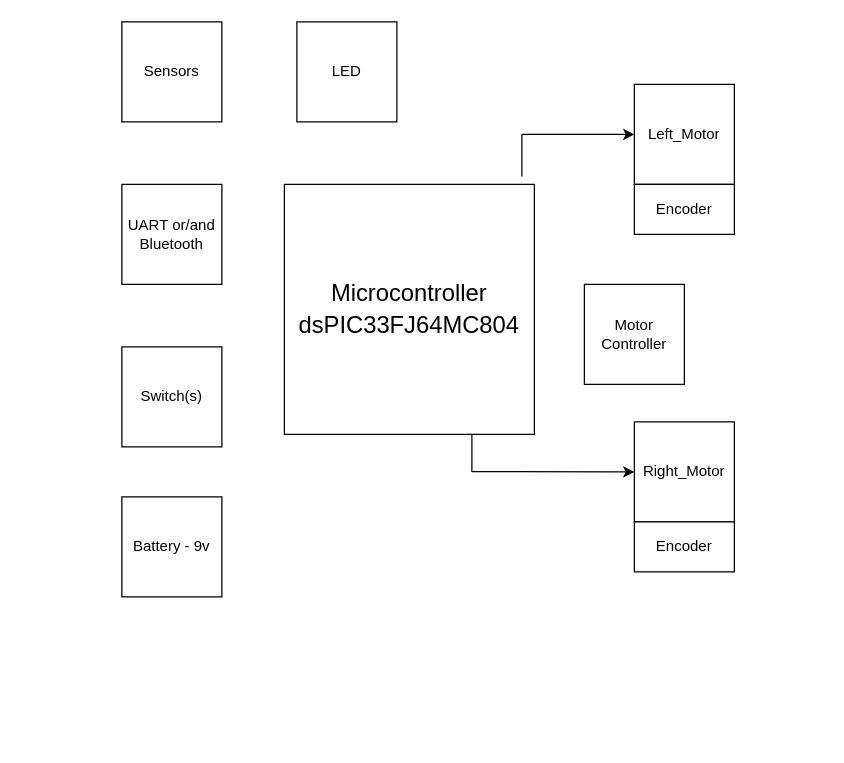
The draw.io diagram draft/block_diagram.drawio in AminSeffo/Micromouse, before the edit. Source tidied: cells renumbered, new cells numbered last; positions are measured from the earlier drawing's top-left corner, leaving out a move shared by most shapes. Both pictures are drawn from the tidied source at 125%, with x=0, y=0 at pixel (121, 21).
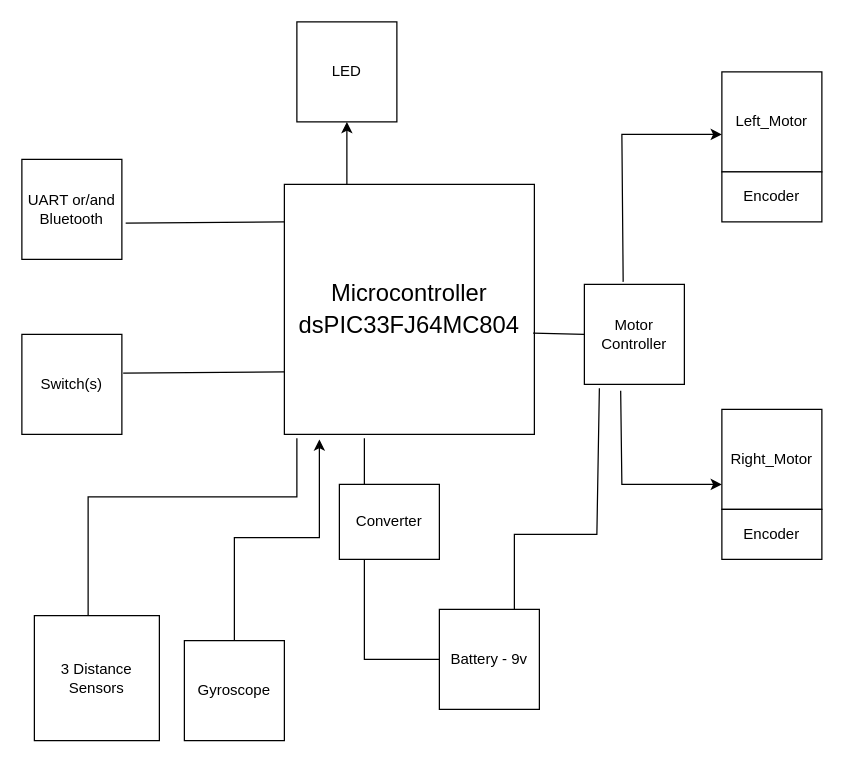
Above is the later version.

Commit message:
Add more Sensors and Arrows

Unchanged cells that the change refers to:
```xml
<mxCell id="2" value="&lt;font style=&quot;font-size: 19px;&quot;&gt;Microcontroller&lt;br&gt;dsPIC33FJ64MC804&lt;/font&gt;&lt;span style=&quot;font-size: 20px;&quot;&gt;&lt;br&gt;&lt;/span&gt;" style="whiteSpace=wrap;html=1;" parent="1" vertex="1">
  <mxGeometry x="130" y="130" width="200" height="200" as="geometry" />
</mxCell>
<mxCell id="12" value="LED" style="whiteSpace=wrap;html=1;" parent="1" vertex="1">
  <mxGeometry x="140" width="80" height="80" as="geometry" />
</mxCell>
<mxCell id="16" value="&lt;div&gt;Motor &lt;br&gt;&lt;/div&gt;&lt;div&gt;Controller&lt;/div&gt;" style="whiteSpace=wrap;html=1;" parent="1" vertex="1">
  <mxGeometry x="370" y="210" width="80" height="80" as="geometry" />
</mxCell>
```

Change to the diagram source:
```diff
@@
+    <mxCell id="17" style="edgeStyle=orthogonalEdgeStyle;rounded=0;jettySize=auto;html=1;exitX=0.25;exitY=0;exitDx=0;exitDy=0;entryX=0.5;entryY=1;entryDx=0;entryDy=0;" parent="1" edge="1" source="2" target="12">
+      <mxGeometry relative="1" as="geometry" />
+    </mxCell>
@@
     <mxCell id="3" value="Left_Motor" style="whiteSpace=wrap;html=1;" parent="1" vertex="1">
-      <mxGeometry x="410" y="50" width="80" height="80" as="geometry" />
+      <mxGeometry x="480" y="40" width="80" height="80" as="geometry" />
     </mxCell>
     <mxCell id="4" value="Right_Motor" style="whiteSpace=wrap;html=1;" parent="1" vertex="1">
-      <mxGeometry x="410" y="320" width="80" height="80" as="geometry" />
+      <mxGeometry x="480" y="310" width="80" height="80" as="geometry" />
     </mxCell>
-    <mxCell id="5" style="endArrow=classic;html=1;rounded=0;" parent="1" edge="1">
+    <mxCell id="5" style="endArrow=classic;html=1;rounded=0;exitX=0.388;exitY=-0.025;exitDx=0;exitDy=0;exitPerimeter=0;" parent="1" edge="1" source="16">
       <mxGeometry relative="1" as="geometry">
-        <mxPoint x="320" y="90" as="sourcePoint" />
-        <mxPoint x="410" y="90" as="targetPoint" />
+        <mxPoint x="480" y="90" as="targetPoint" />
+        <Array as="points">
+          <mxPoint x="400" y="90" />
+        </Array>
       </mxGeometry>
     </mxCell>
-    <mxCell id="6" style="endArrow=none;html=1;rounded=0;exitX=0.95;exitY=-0.032;exitDx=0;exitDy=0;exitPerimeter=0;" parent="1" edge="1" source="2">
-      <mxGeometry relative="1" as="geometry">
-        <mxPoint x="320" y="90" as="targetPoint" />
-      </mxGeometry>
-    </mxCell>
-    <mxCell id="7" style="endArrow=classic;html=1;rounded=0;" parent="1" edge="1">
+    <mxCell id="7" style="endArrow=classic;html=1;rounded=0;exitX=0.363;exitY=1.063;exitDx=0;exitDy=0;exitPerimeter=0;entryX=0;entryY=0.75;entryDx=0;entryDy=0;" parent="1" edge="1" source="16" target="4">
       <mxGeometry relative="1" as="geometry">
-        <mxPoint x="280" y="359.8" as="sourcePoint" />
-        <mxPoint x="410" y="360" as="targetPoint" />
+        <Array as="points">
+          <mxPoint x="400" y="370" />
+        </Array>
       </mxGeometry>
     </mxCell>
-    <mxCell id="8" style="endArrow=none;html=1;rounded=0;exitX=0.75;exitY=1;exitDx=0;exitDy=0;" parent="1" edge="1" source="2">
-      <mxGeometry relative="1" as="geometry">
-        <mxPoint x="280" y="360" as="targetPoint" />
-      </mxGeometry>
+    <mxCell id="8" style="endArrow=none;html=1;rounded=0;exitX=0.995;exitY=0.595;exitDx=0;exitDy=0;entryX=0;entryY=0.5;entryDx=0;entryDy=0;exitPerimeter=0;" parent="1" edge="1" source="2" target="16">
+      <mxGeometry relative="1" as="geometry" />
     </mxCell>
     <mxCell id="9" value="Encoder" style="rounded=0;whiteSpace=wrap;html=1;" parent="1" vertex="1">
-      <mxGeometry x="410" y="130" width="80" height="40" as="geometry" />
+      <mxGeometry x="480" y="120" width="80" height="40" as="geometry" />
     </mxCell>
     <mxCell id="10" value="Encoder" style="rounded=0;whiteSpace=wrap;html=1;" parent="1" vertex="1">
-      <mxGeometry x="410" y="400" width="80" height="40" as="geometry" />
+      <mxGeometry x="480" y="390" width="80" height="40" as="geometry" />
     </mxCell>
-    <mxCell id="11" value="Sensors" style="whiteSpace=wrap;html=1;" parent="1" vertex="1">
-      <mxGeometry width="80" height="80" as="geometry" />
+    <mxCell id="11" value="3 Distance Sensors" style="whiteSpace=wrap;html=1;" parent="1" vertex="1">
+      <mxGeometry x="-70" y="475" width="100" height="100" as="geometry" />
     </mxCell>
@@
     <mxCell id="13" value="UART or/and Bluetooth" style="whiteSpace=wrap;html=1;" parent="1" vertex="1">
-      <mxGeometry y="130" width="80" height="80" as="geometry" />
+      <mxGeometry x="-80" y="110" width="80" height="80" as="geometry" />
     </mxCell>
     <mxCell id="14" value="Switch(s)" style="whiteSpace=wrap;html=1;" parent="1" vertex="1">
-      <mxGeometry y="260" width="80" height="80" as="geometry" />
+      <mxGeometry x="-80" y="250" width="80" height="80" as="geometry" />
     </mxCell>
     <mxCell id="15" value="Battery - 9v" style="whiteSpace=wrap;html=1;" parent="1" vertex="1">
-      <mxGeometry y="380" width="80" height="80" as="geometry" />
+      <mxGeometry x="254" y="470" width="80" height="80" as="geometry" />
     </mxCell>
@@
+    <mxCell id="18" style="endArrow=none;html=1;rounded=0;entryX=0;entryY=0.15;entryDx=0;entryDy=0;entryPerimeter=0;exitX=1.038;exitY=0.638;exitDx=0;exitDy=0;exitPerimeter=0;" parent="1" edge="1" source="13" target="2">
+      <mxGeometry relative="1" as="geometry" />
+    </mxCell>
+    <mxCell id="19" style="endArrow=none;html=1;rounded=0;exitX=0.75;exitY=0;exitDx=0;exitDy=0;entryX=0.15;entryY=1.038;entryDx=0;entryDy=0;entryPerimeter=0;" parent="1" edge="1" source="15" target="16">
+      <mxGeometry relative="1" as="geometry">
+        <Array as="points">
+          <mxPoint x="314" y="410" />
+          <mxPoint x="380" y="410" />
+        </Array>
+      </mxGeometry>
+    </mxCell>
+    <mxCell id="20" value="&lt;div&gt;Converter&lt;/div&gt;" style="rounded=0;whiteSpace=wrap;html=1;" parent="1" vertex="1">
+      <mxGeometry x="174" y="370" width="80" height="60" as="geometry" />
+    </mxCell>
+    <mxCell id="21" style="endArrow=none;html=1;rounded=0;entryX=0;entryY=0.5;entryDx=0;entryDy=0;exitX=0.25;exitY=1;exitDx=0;exitDy=0;" parent="1" edge="1" source="20" target="15">
+      <mxGeometry relative="1" as="geometry">
+        <Array as="points">
+          <mxPoint x="194" y="510" />
+        </Array>
+      </mxGeometry>
+    </mxCell>
+    <mxCell id="22" style="endArrow=none;html=1;rounded=0;entryX=0.32;entryY=1.015;entryDx=0;entryDy=0;entryPerimeter=0;exitX=0.25;exitY=0;exitDx=0;exitDy=0;" parent="1" edge="1" source="20" target="2">
+      <mxGeometry relative="1" as="geometry" />
+    </mxCell>
+    <mxCell id="23" style="endArrow=none;html=1;rounded=0;entryX=0;entryY=0.75;entryDx=0;entryDy=0;exitX=1.013;exitY=0.388;exitDx=0;exitDy=0;exitPerimeter=0;" parent="1" edge="1" source="14" target="2">
+      <mxGeometry relative="1" as="geometry" />
+    </mxCell>
+    <mxCell id="24" style="edgeStyle=orthogonalEdgeStyle;rounded=0;jettySize=auto;html=1;exitX=0.5;exitY=0;exitDx=0;exitDy=0;entryX=0.14;entryY=1.02;entryDx=0;entryDy=0;entryPerimeter=0;" parent="1" edge="1" source="25" target="2">
+      <mxGeometry relative="1" as="geometry" />
+    </mxCell>
+    <mxCell id="25" value="Gyroscope" style="rounded=0;whiteSpace=wrap;html=1;" parent="1" vertex="1">
+      <mxGeometry x="50" y="495" width="80" height="80" as="geometry" />
+    </mxCell>
+    <mxCell id="26" style="endArrow=none;html=1;rounded=0;exitX=0.43;exitY=0;exitDx=0;exitDy=0;exitPerimeter=0;entryX=0.05;entryY=1.015;entryDx=0;entryDy=0;entryPerimeter=0;" parent="1" edge="1" source="11" target="2">
+      <mxGeometry relative="1" as="geometry">
+        <Array as="points">
+          <mxPoint x="-27" y="380" />
+          <mxPoint x="140" y="380" />
+        </Array>
+      </mxGeometry>
+    </mxCell>
```
